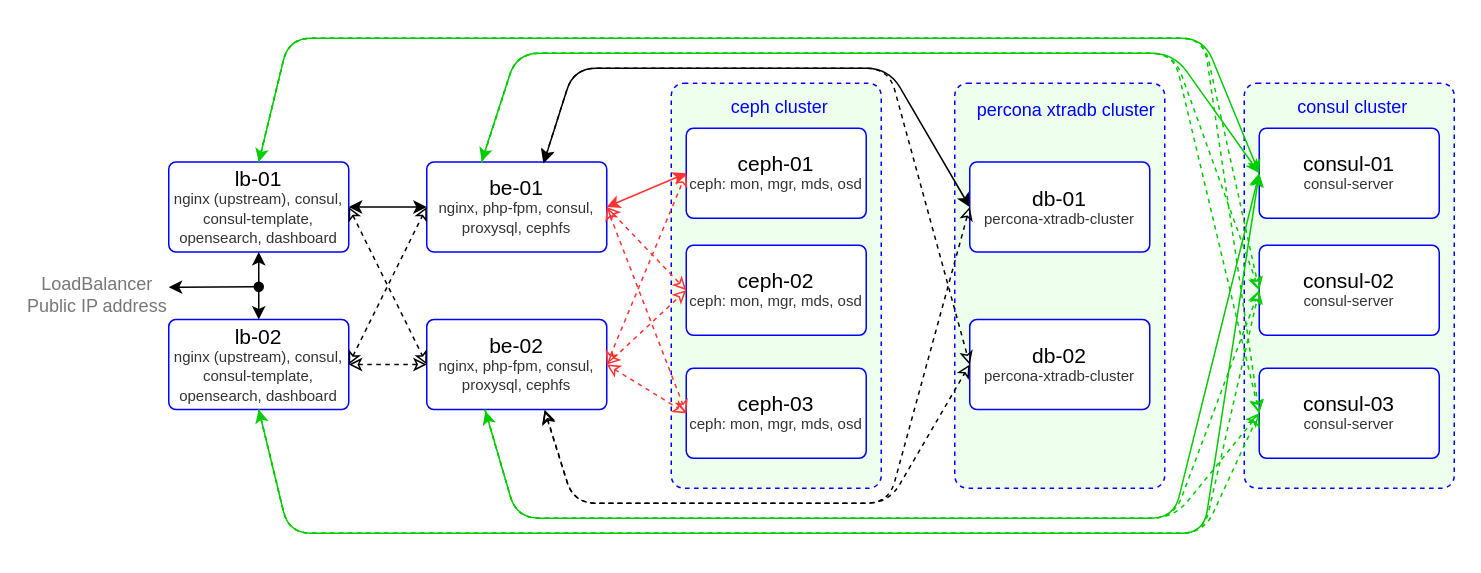
Above: pics/infra.drawio in SergSha/project3 (draw.io), before the change. Source tidied: cells renumbered, new cells numbered last; positions are measured from the earlier drawing's top-left corner, leaving out a move shared by most shapes. Both pictures are drawn from the tidied source at 150%, with x=0, y=0 at pixel (96, 38).
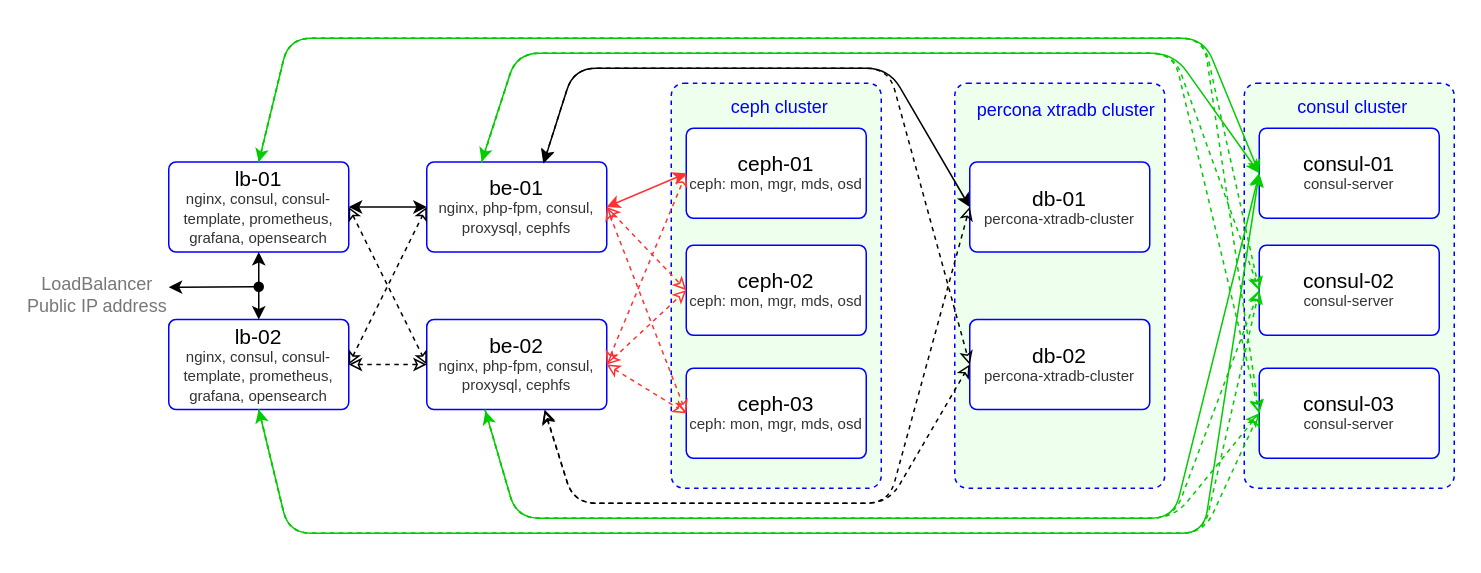
The same page after the edit.

What changed in the source:
```diff
@@
-    <mxCell id="7" value="&lt;p style=&quot;line-height: 100%&quot;&gt;&lt;span style=&quot;font-size: 14px&quot;&gt;lb-01&lt;/span&gt;&lt;br&gt;&lt;span style=&quot;font-size: 10px&quot;&gt;&lt;font color=&quot;#333333&quot;&gt;nginx (upstream), consul, consul-template, opensearch, dashboard&lt;/font&gt;&lt;/span&gt;&lt;/p&gt;" style="rounded=1;whiteSpace=wrap;html=1;strokeColor=#0000FF;arcSize=8;" parent="1" vertex="1">
+    <mxCell id="7" value="&lt;p style=&quot;line-height: 100%&quot;&gt;&lt;span style=&quot;font-size: 14px&quot;&gt;lb-01&lt;/span&gt;&lt;br&gt;&lt;span style=&quot;font-size: 10px&quot;&gt;&lt;font color=&quot;#333333&quot;&gt;nginx, consul, consul-template, prometheus, grafana, opensearch&lt;/font&gt;&lt;/span&gt;&lt;/p&gt;" style="rounded=1;whiteSpace=wrap;html=1;strokeColor=#0000FF;arcSize=8;" parent="1" vertex="1">
       <mxGeometry x="48" y="82.5" width="120" height="60" as="geometry" />
     </mxCell>
@@
-    <mxCell id="9" value="&lt;p style=&quot;line-height: 100%&quot;&gt;&lt;span style=&quot;font-size: 14px&quot;&gt;lb-02&lt;/span&gt;&lt;br&gt;&lt;span style=&quot;font-size: 10px&quot;&gt;&lt;font color=&quot;#333333&quot;&gt;nginx (upstream), consul, consul-template, opensearch, dashboard&lt;/font&gt;&lt;/span&gt;&lt;br&gt;&lt;/p&gt;" style="rounded=1;whiteSpace=wrap;html=1;strokeColor=#0000FF;arcSize=8;" parent="1" vertex="1">
+    <mxCell id="9" value="&lt;p style=&quot;line-height: 100%&quot;&gt;&lt;span style=&quot;font-size: 14px&quot;&gt;lb-02&lt;/span&gt;&lt;br&gt;&lt;span style=&quot;font-size: 10px&quot;&gt;&lt;font color=&quot;#333333&quot;&gt;nginx, consul, consul-template, prometheus, grafana, opensearch&lt;/font&gt;&lt;/span&gt;&lt;br&gt;&lt;/p&gt;" style="rounded=1;whiteSpace=wrap;html=1;strokeColor=#0000FF;arcSize=8;" parent="1" vertex="1">
       <mxGeometry x="48" y="187.5" width="120" height="60" as="geometry" />
     </mxCell>
```
